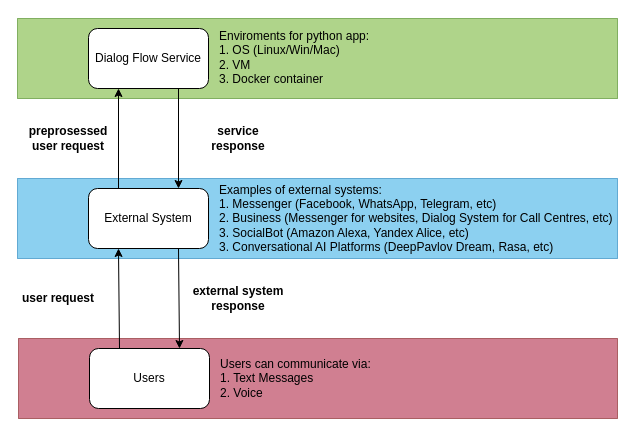
The draw.io diagram drawio/dff_integration.dio in deeppavlovteam/dialog_flow_framework, before the edit. Source tidied: cells renumbered, new cells numbered last; positions are measured from the earlier drawing's top-left corner, leaving out a move shared by most shapes. Both pictures are drawn from the tidied source at 100%, with x=0, y=0 at pixel (17, 17).
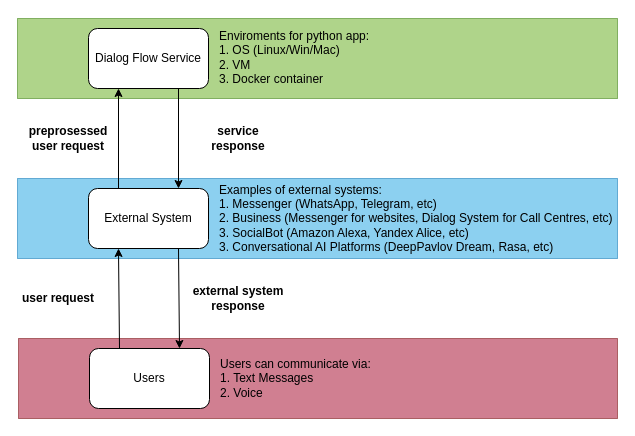
The same page after the edit.

The edit, as a diff of the source:
```diff
@@
 <mxGraphModel>
   <root>
     <mxCell id="0" />
     <mxCell id="1" parent="0" />
     <mxCell id="2" style="rounded=0;whiteSpace=wrap;html=1;fillColor=#1ba1e2;strokeColor=#006EAF;fontColor=#ffffff;opacity=50;" parent="1" vertex="1">
       <mxGeometry y="161" width="600" height="80" as="geometry" />
     </mxCell>
     <mxCell id="3" style="rounded=0;whiteSpace=wrap;html=1;fillColor=#60a917;strokeColor=#2D7600;fontColor=#ffffff;opacity=50;" parent="1" vertex="1">
       <mxGeometry y="1" width="600" height="80" as="geometry" />
     </mxCell>
     <mxCell id="4" style="edgeStyle=none;html=1;exitX=0.75;exitY=1;exitDx=0;exitDy=0;startArrow=none;startFill=0;endArrow=classic;endFill=1;entryX=0.75;entryY=0;entryDx=0;entryDy=0;" parent="1" edge="1" source="5" target="6">
       <mxGeometry relative="1" as="geometry" />
     </mxCell>
     <mxCell id="5" value="Dialog Flow Service" style="rounded=1;whiteSpace=wrap;html=1;" parent="1" vertex="1">
       <mxGeometry x="71" y="11" width="120" height="60" as="geometry" />
     </mxCell>
     <mxCell id="6" value="External System" style="rounded=1;whiteSpace=wrap;html=1;" parent="1" vertex="1">
       <mxGeometry x="71" y="171" width="120" height="60" as="geometry" />
     </mxCell>
     <mxCell id="7" value="&lt;b&gt;preprosessed user request&lt;/b&gt;" style="text;html=1;strokeColor=none;fillColor=none;align=center;verticalAlign=middle;whiteSpace=wrap;rounded=0;" parent="1" vertex="1">
       <mxGeometry x="11" y="111" width="80" height="20" as="geometry" />
     </mxCell>
     <mxCell id="8" value="&lt;b&gt;service response&lt;/b&gt;" style="text;html=1;strokeColor=none;fillColor=none;align=center;verticalAlign=middle;whiteSpace=wrap;rounded=0;" parent="1" vertex="1">
       <mxGeometry x="171" y="111" width="100" height="20" as="geometry" />
     </mxCell>
     <mxCell id="9" style="rounded=0;whiteSpace=wrap;html=1;fillColor=#a20025;strokeColor=#6F0000;fontColor=#ffffff;opacity=50;" parent="1" vertex="1">
       <mxGeometry x="1" y="321" width="599" height="80" as="geometry" />
     </mxCell>
     <mxCell id="10" value="Users" style="rounded=1;whiteSpace=wrap;html=1;" parent="1" vertex="1">
       <mxGeometry x="72" y="331" width="120" height="60" as="geometry" />
     </mxCell>
     <mxCell id="11" style="edgeStyle=none;html=1;startArrow=none;startFill=0;endArrow=classic;endFill=1;entryX=0.75;entryY=0;entryDx=0;entryDy=0;exitX=0.75;exitY=1;exitDx=0;exitDy=0;" parent="1" edge="1" source="6" target="10">
       <mxGeometry relative="1" as="geometry" />
     </mxCell>
     <mxCell id="12" style="edgeStyle=none;html=1;startArrow=none;startFill=0;endArrow=classic;endFill=1;entryX=0.25;entryY=1;entryDx=0;entryDy=0;exitX=0.25;exitY=0;exitDx=0;exitDy=0;" parent="1" edge="1" source="10" target="6">
       <mxGeometry relative="1" as="geometry" />
     </mxCell>
     <mxCell id="13" style="edgeStyle=none;html=1;startArrow=none;startFill=0;endArrow=classic;endFill=1;entryX=0.25;entryY=1;entryDx=0;entryDy=0;exitX=0.25;exitY=0;exitDx=0;exitDy=0;" parent="1" edge="1" source="6" target="5">
       <mxGeometry relative="1" as="geometry" />
     </mxCell>
     <mxCell id="14" value="&lt;b&gt;user request&lt;/b&gt;" style="text;html=1;strokeColor=none;fillColor=none;align=center;verticalAlign=middle;whiteSpace=wrap;rounded=0;" parent="1" vertex="1">
       <mxGeometry x="1" y="271" width="80" height="20" as="geometry" />
     </mxCell>
     <mxCell id="15" value="&lt;b&gt;external system response&lt;/b&gt;" style="text;html=1;strokeColor=none;fillColor=none;align=center;verticalAlign=middle;whiteSpace=wrap;rounded=0;" parent="1" vertex="1">
       <mxGeometry x="171" y="271" width="100" height="20" as="geometry" />
     </mxCell>
     <mxCell id="16" value="&lt;span&gt;Enviroments for python app:&lt;br&gt;1. OS (Linux/Win/Mac)&lt;/span&gt;&lt;br&gt;&lt;span&gt;2.&amp;nbsp;&lt;/span&gt;&lt;span&gt;VM&lt;/span&gt;&lt;br&gt;&lt;span&gt;3.&amp;nbsp;&lt;/span&gt;&lt;span&gt;Docker container&amp;nbsp;&lt;/span&gt;" style="text;html=1;strokeColor=none;fillColor=none;align=left;verticalAlign=middle;whiteSpace=wrap;rounded=0;opacity=50;" parent="1" vertex="1">
       <mxGeometry x="200" width="400" height="80" as="geometry" />
     </mxCell>
-    <mxCell id="17" value="&lt;span&gt;Examples of external systems:&lt;br&gt;1. Messenger (Facebook, WhatsApp, Telegram, etc)&lt;/span&gt;&lt;br&gt;&lt;span&gt;2.&amp;nbsp;&lt;/span&gt;Business (Messenger for websites, Dialog System for Call Centres, etc)&lt;br&gt;3. SocialBot (Amazon Alexa, Yandex Alice, etc)&lt;br&gt;3. Conversational AI Platforms (DeepPavlov Dream, Rasa, etc)" style="text;html=1;strokeColor=none;fillColor=none;align=left;verticalAlign=middle;whiteSpace=wrap;rounded=0;opacity=50;" parent="1" vertex="1">
+    <mxCell id="17" value="&lt;span&gt;Examples of external systems:&lt;br&gt;1. Messenger (WhatsApp, Telegram, etc)&lt;/span&gt;&lt;br&gt;&lt;span&gt;2.&amp;nbsp;&lt;/span&gt;Business (Messenger for websites, Dialog System for Call Centres, etc)&lt;br&gt;3. SocialBot (Amazon Alexa, Yandex Alice, etc)&lt;br&gt;3. Conversational AI Platforms (DeepPavlov Dream, Rasa, etc)" style="text;html=1;strokeColor=none;fillColor=none;align=left;verticalAlign=middle;whiteSpace=wrap;rounded=0;opacity=50;" parent="1" vertex="1">
       <mxGeometry x="200" y="161" width="400" height="80" as="geometry" />
     </mxCell>
     <mxCell id="18" value="&lt;span&gt;Users can communicate via:&lt;br&gt;1. Text Messages&lt;/span&gt;&lt;br&gt;&lt;span&gt;2.&amp;nbsp;&lt;/span&gt;Voice" style="text;html=1;strokeColor=none;fillColor=none;align=left;verticalAlign=middle;whiteSpace=wrap;rounded=0;opacity=50;" parent="1" vertex="1">
       <mxGeometry x="201" y="321" width="399" height="80" as="geometry" />
     </mxCell>
   </root>
 </mxGraphModel>
```
